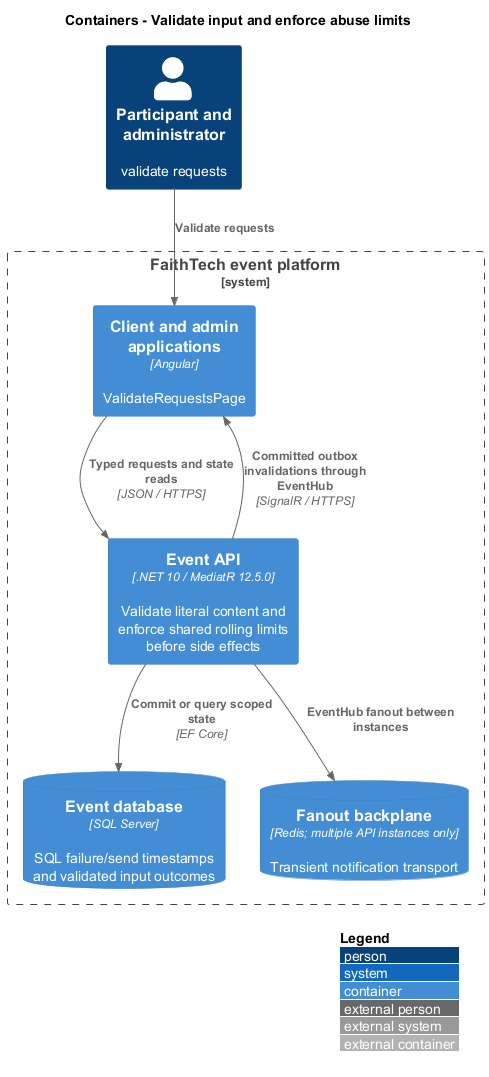
Before: docs/detailed-designs/platform-security/validate-requests/diagrams/c4-container.png, a diagram exported from PlantUML (QuinntyneBrown/faithtech-toronto-ai-build-event). Source of this version:
```plantuml
@startuml
!include <C4/C4_Container>
LAYOUT_WITH_LEGEND()
title Containers - Validate input and enforce abuse limits
Person(actor, "Participant and administrator", "validate requests")
System_Boundary(system, "FaithTech event platform") {
Container(ui, "Client and admin applications", "Angular", "ValidateRequestsPage")
Container(api, "Event API", ".NET 10 / MediatR 12.5.0", "Validate literal content and enforce shared rolling limits before side effects")
ContainerDb(db, "Event database", "SQL Server", "SQL failure/send timestamps and validated input outcomes")
ContainerDb(redis, "Fanout backplane", "Redis; multiple API instances only", "Transient notification transport")
}
Rel(actor, ui, "Validate requests")
Rel(ui, api, "Typed requests and state reads", "JSON / HTTPS")
Rel(api, db, "Commit or query scoped state", "EF Core")
Rel(api, redis, "EventHub fanout between instances")
Rel(api, ui, "Committed outbox invalidations through EventHub", "SignalR / HTTPS")

@enduml
```
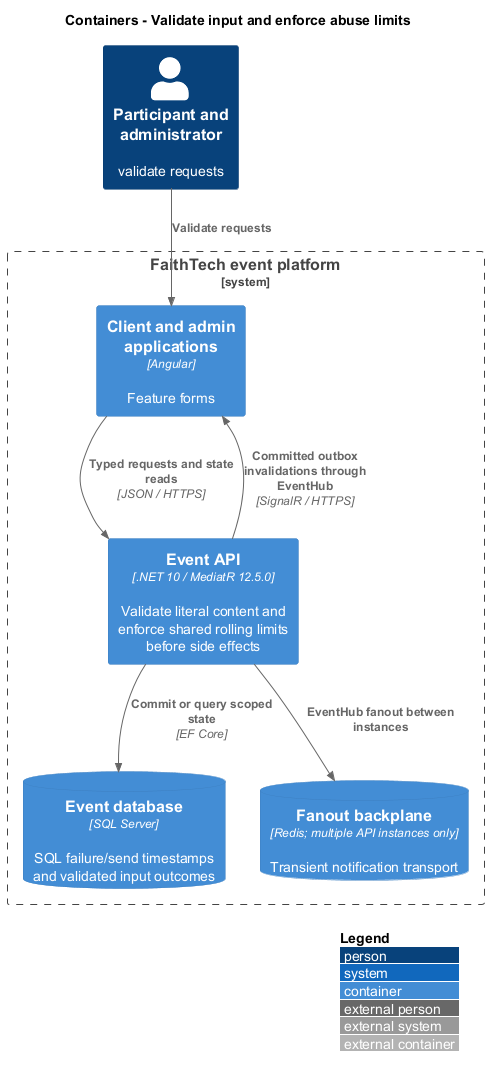
After the change.

Diff of the diagram source:
```diff
@@ -4,7 +4,7 @@
 title Containers - Validate input and enforce abuse limits
 Person(actor, "Participant and administrator", "validate requests")
 System_Boundary(system, "FaithTech event platform") {
-Container(ui, "Client and admin applications", "Angular", "ValidateRequestsPage")
+Container(ui, "Client and admin applications", "Angular", "Feature forms")
 Container(api, "Event API", ".NET 10 / MediatR 12.5.0", "Validate literal content and enforce shared rolling limits before side effects")
 ContainerDb(db, "Event database", "SQL Server", "SQL failure/send timestamps and validated input outcomes")
 ContainerDb(redis, "Fanout backplane", "Redis; multiple API instances only", "Transient notification transport")
```
